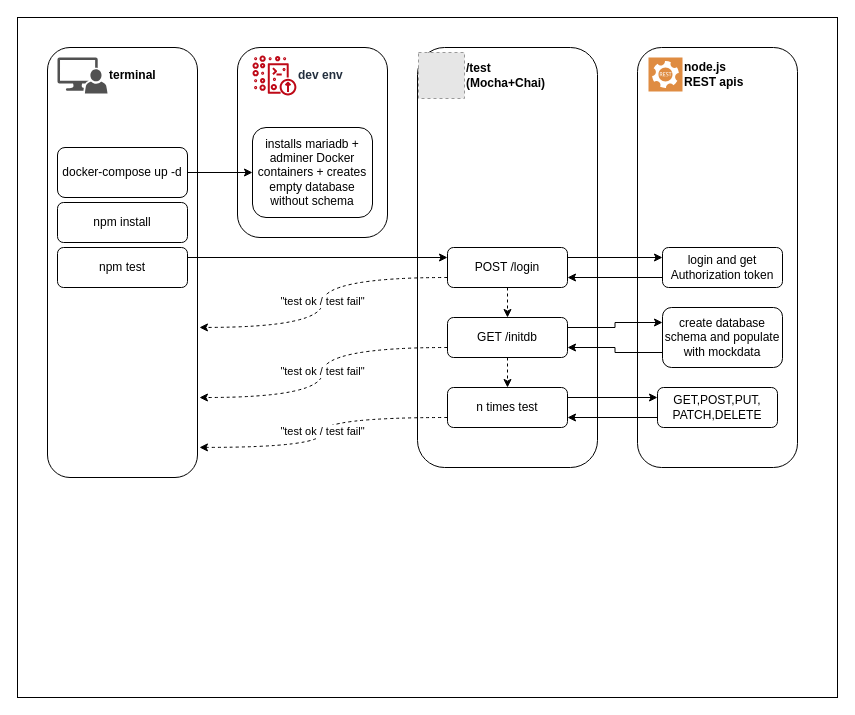
Before: how-to-run-process.drawio in tupito/wepa-ht, a draw.io diagram. Source tidied: cells renumbered, new cells numbered last; positions are measured from the earlier drawing's top-left corner, leaving out a move shared by most shapes. Both pictures are drawn from the tidied source at 100%, with x=0, y=0 at pixel (17, 17). Pictures stored in the file or linked from it are replaced by grey dashed boxes.
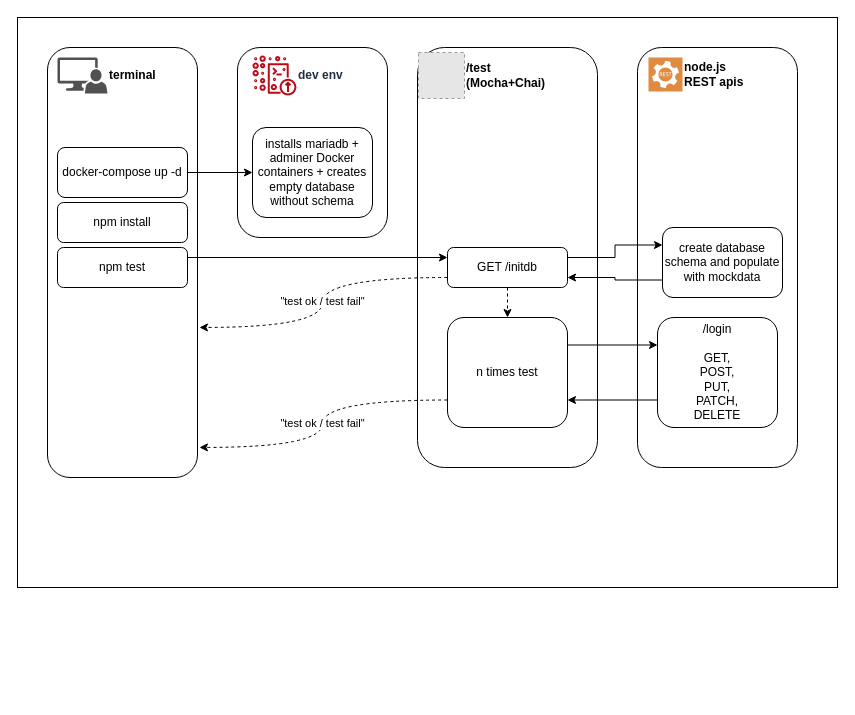
After the change.

Commit message (it also covers changes not shown here):
edit how-to-run-process*, fix

The change refers to these unchanged cells:
```xml
<mxCell id="6" style="rounded=1;whiteSpace=wrap;html=1;strokeColor=#000000;" parent="1" vertex="1">
  <mxGeometry x="30" y="30" width="150" height="430" as="geometry" />
</mxCell>
```

What changed in the source:
```diff
@@
     <mxCell id="2" style="rounded=0;whiteSpace=wrap;html=1;" parent="1" vertex="1">
-      <mxGeometry width="820" height="680" as="geometry" />
+      <mxGeometry width="820" height="570" as="geometry" />
     </mxCell>
@@
-    <mxCell id="17" style="edgeStyle=orthogonalEdgeStyle;rounded=0;jettySize=auto;html=1;exitX=0.5;exitY=1;exitDx=0;exitDy=0;entryX=0.5;entryY=0;entryDx=0;entryDy=0;dashed=1;" parent="1" edge="1" source="19" target="25">
-      <mxGeometry relative="1" as="geometry" />
+    <mxCell id="17" style="edgeStyle=orthogonalEdgeStyle;rounded=0;jettySize=auto;html=1;exitX=0.5;exitY=1;exitDx=0;exitDy=0;entryX=0.5;entryY=0;entryDx=0;entryDy=0;dashed=1;" parent="1" edge="1" source="19">
+      <mxGeometry relative="1" as="geometry">
+        <mxPoint x="490" y="300" as="targetPoint" />
+      </mxGeometry>
     </mxCell>
@@
-    <mxCell id="19" value="POST /login" style="text;html=1;fillColor=none;align=center;verticalAlign=middle;whiteSpace=wrap;rounded=1;strokeColor=#000000;" parent="1" vertex="1">
+    <mxCell id="19" value="GET /initdb" style="text;html=1;fillColor=none;align=center;verticalAlign=middle;whiteSpace=wrap;rounded=1;strokeColor=#000000;" parent="1" vertex="1">
       <mxGeometry x="430" y="230" width="120" height="40" as="geometry" />
     </mxCell>
@@
-    <mxCell id="21" value="login and get Authorization token" style="text;html=1;fillColor=none;align=center;verticalAlign=middle;whiteSpace=wrap;rounded=1;strokeColor=#000000;" parent="1" vertex="1">
-      <mxGeometry x="645" y="230" width="120" height="40" as="geometry" />
+    <mxCell id="21" value="create database schema and populate with mockdata" style="text;html=1;fillColor=none;align=center;verticalAlign=middle;whiteSpace=wrap;rounded=1;strokeColor=#000000;" parent="1" vertex="1">
+      <mxGeometry x="645" y="210" width="120" height="70" as="geometry" />
     </mxCell>
-    <mxCell id="22" style="edgeStyle=orthogonalEdgeStyle;rounded=0;jettySize=auto;html=1;exitX=0.5;exitY=1;exitDx=0;exitDy=0;entryX=0.5;entryY=0;entryDx=0;entryDy=0;dashed=1;" parent="1" edge="1" source="25" target="30">
-      <mxGeometry relative="1" as="geometry" />
-    </mxCell>
-    <mxCell id="23" style="edgeStyle=orthogonalEdgeStyle;rounded=0;jettySize=auto;html=1;exitX=1;exitY=0.25;exitDx=0;exitDy=0;entryX=0;entryY=0.25;entryDx=0;entryDy=0;" parent="1" edge="1" source="25" target="27">
-      <mxGeometry relative="1" as="geometry" />
-    </mxCell>
-    <mxCell id="24" value="&quot;test ok / test fail&quot;" style="edgeStyle=orthogonalEdgeStyle;curved=1;jettySize=auto;html=1;exitX=0;exitY=0.75;exitDx=0;exitDy=0;entryX=1.013;entryY=0.814;entryDx=0;entryDy=0;dashed=1;entryPerimeter=0;" parent="1" edge="1" source="25" target="6">
-      <mxGeometry relative="1" as="geometry" />
-    </mxCell>
-    <mxCell id="25" value="GET /initdb" style="text;html=1;fillColor=none;align=center;verticalAlign=middle;whiteSpace=wrap;rounded=1;strokeColor=#000000;" parent="1" vertex="1">
-      <mxGeometry x="430" y="300" width="120" height="40" as="geometry" />
-    </mxCell>
-    <mxCell id="26" style="edgeStyle=orthogonalEdgeStyle;rounded=0;jettySize=auto;html=1;exitX=0;exitY=0.75;exitDx=0;exitDy=0;entryX=1;entryY=0.75;entryDx=0;entryDy=0;" parent="1" edge="1" source="27" target="25">
-      <mxGeometry relative="1" as="geometry" />
-    </mxCell>
-    <mxCell id="27" value="create database schema and populate with mockdata" style="text;html=1;fillColor=none;align=center;verticalAlign=middle;whiteSpace=wrap;rounded=1;strokeColor=#000000;" parent="1" vertex="1">
-      <mxGeometry x="645" y="290" width="120" height="60" as="geometry" />
-    </mxCell>
@@
     <mxCell id="30" value="n times test" style="text;html=1;fillColor=none;align=center;verticalAlign=middle;whiteSpace=wrap;rounded=1;strokeColor=#000000;" parent="1" vertex="1">
-      <mxGeometry x="430" y="370" width="120" height="40" as="geometry" />
+      <mxGeometry x="430" y="300" width="120" height="110" as="geometry" />
     </mxCell>
@@
-    <mxCell id="32" value="GET,POST,PUT,&lt;br&gt;PATCH,DELETE" style="text;html=1;fillColor=none;align=center;verticalAlign=middle;whiteSpace=wrap;rounded=1;strokeColor=#000000;" parent="1" vertex="1">
-      <mxGeometry x="640" y="370" width="120" height="40" as="geometry" />
+    <mxCell id="32" value="/login&lt;br&gt;&lt;div&gt;&lt;br&gt;&lt;/div&gt;&lt;div&gt;GET,&lt;/div&gt;&lt;div&gt;POST,&lt;/div&gt;&lt;div&gt;PUT,&lt;/div&gt;&lt;div&gt;PATCH,&lt;/div&gt;&lt;div&gt;DELETE&lt;/div&gt;" style="text;html=1;fillColor=none;align=center;verticalAlign=middle;whiteSpace=wrap;rounded=1;strokeColor=#000000;" parent="1" vertex="1">
+      <mxGeometry x="640" y="300" width="120" height="110" as="geometry" />
     </mxCell>
```
